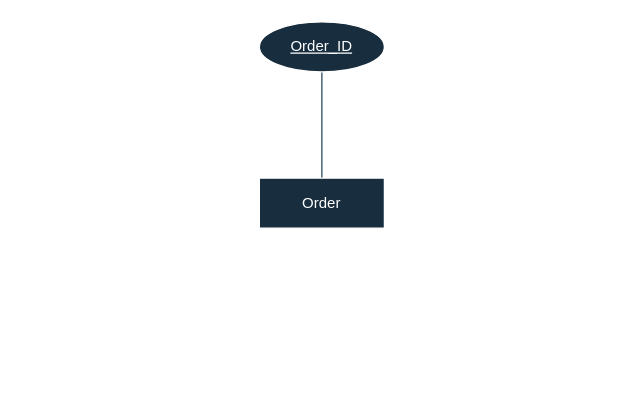
Earlier version of the draw.io diagram page "order" (4 of 10) of ER.drawio (VenkataSaiRahulSunkari/CS631011-Project). Source tidied: cells renumbered, new cells numbered last; positions are measured from the earlier drawing's top-left corner, leaving out a move shared by most shapes. Both pictures are drawn from the tidied source at 125%, with x=0, y=0 at pixel (259, 21).
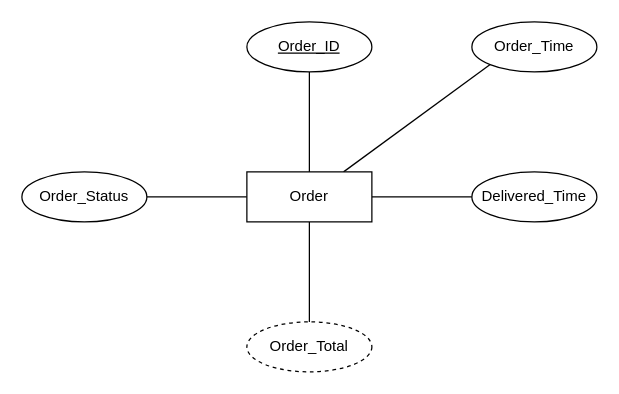
The same page after the edit.

The edit, as a diff of the source:
```diff
@@
 <mxGraphModel>
   <root>
     <mxCell id="0" />
     <mxCell id="1" parent="0" />
-    <mxCell id="2" style="edgeStyle=orthogonalEdgeStyle;rounded=0;jettySize=auto;html=1;entryX=0.5;entryY=1;entryDx=0;entryDy=0;strokeColor=#23445D;endArrow=none;endFill=0;" parent="1" edge="1" source="3" target="4">
+    <mxCell id="2" style="edgeStyle=orthogonalEdgeStyle;rounded=0;jettySize=auto;html=1;entryX=0.5;entryY=1;entryDx=0;entryDy=0;endArrow=none;endFill=0;labelBackgroundColor=none;fontColor=default;" parent="1" edge="1" source="3" target="4">
       <mxGeometry relative="1" as="geometry" />
     </mxCell>
+    <mxCell id="5" style="edgeStyle=orthogonalEdgeStyle;rounded=0;jettySize=auto;html=1;endArrow=none;endFill=0;" parent="1" edge="1" source="3" target="9">
+      <mxGeometry relative="1" as="geometry" />
+    </mxCell>
+    <mxCell id="6" style="edgeStyle=orthogonalEdgeStyle;rounded=0;jettySize=auto;html=1;endArrow=none;endFill=0;" parent="1" edge="1" source="3" target="10">
+      <mxGeometry relative="1" as="geometry" />
+    </mxCell>
+    <mxCell id="7" style="edgeStyle=orthogonalEdgeStyle;rounded=0;jettySize=auto;html=1;endArrow=none;endFill=0;" parent="1" edge="1" source="3" target="11">
+      <mxGeometry relative="1" as="geometry" />
+    </mxCell>
+    <mxCell id="8" style="rounded=0;jettySize=auto;html=1;entryX=0;entryY=1;entryDx=0;entryDy=0;endArrow=none;endFill=0;" parent="1" edge="1" source="3" target="12">
+      <mxGeometry relative="1" as="geometry" />
+    </mxCell>
-    <mxCell id="3" value="Order" style="whiteSpace=wrap;html=1;align=center;strokeColor=#FFFFFF;fontColor=#FFFFFF;fillColor=#182E3E;" parent="1" vertex="1">
-      <mxGeometry y="125" width="100" height="40" as="geometry" />
+    <mxCell id="3" value="Order" style="whiteSpace=wrap;html=1;align=center;labelBackgroundColor=none;" parent="1" vertex="1">
+      <mxGeometry x="-10" y="120" width="100" height="40" as="geometry" />
     </mxCell>
-    <mxCell id="4" value="Order_ID" style="ellipse;whiteSpace=wrap;html=1;align=center;fontStyle=4;strokeColor=#FFFFFF;fontColor=#FFFFFF;fillColor=#182E3E;" parent="1" vertex="1">
-      <mxGeometry width="100" height="40" as="geometry" />
+    <mxCell id="4" value="Order_ID" style="ellipse;whiteSpace=wrap;html=1;align=center;fontStyle=4;labelBackgroundColor=none;" parent="1" vertex="1">
+      <mxGeometry x="-10" width="100" height="40" as="geometry" />
     </mxCell>
+    <mxCell id="9" value="Order_Status" style="ellipse;whiteSpace=wrap;html=1;align=center;" parent="1" vertex="1">
+      <mxGeometry x="-190" y="120" width="100" height="40" as="geometry" />
+    </mxCell>
+    <mxCell id="10" value="Order_Total" style="ellipse;whiteSpace=wrap;html=1;align=center;dashed=1;" parent="1" vertex="1">
+      <mxGeometry x="-10" y="240" width="100" height="40" as="geometry" />
+    </mxCell>
+    <mxCell id="11" value="Delivered_Time" style="ellipse;whiteSpace=wrap;html=1;align=center;" parent="1" vertex="1">
+      <mxGeometry x="170" y="120" width="100" height="40" as="geometry" />
+    </mxCell>
+    <mxCell id="12" value="Order_Time" style="ellipse;whiteSpace=wrap;html=1;align=center;" parent="1" vertex="1">
+      <mxGeometry x="170" width="100" height="40" as="geometry" />
+    </mxCell>
   </root>
 </mxGraphModel>
```
